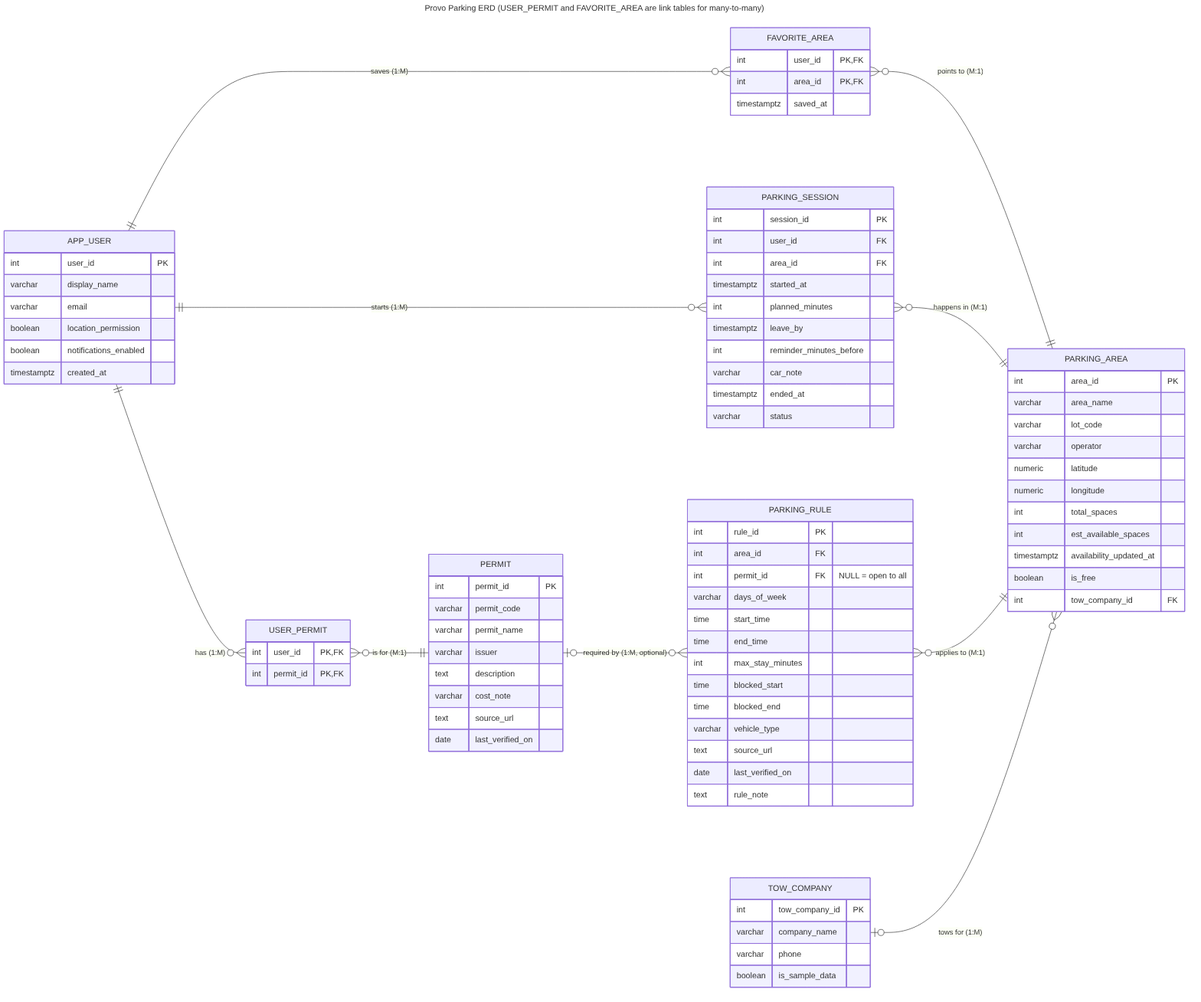
Earlier version of the Mermaid export docs/erd.png (ParkerMorris11/ProvoParking). Its source is kept beside it as docs/erd.mmd.
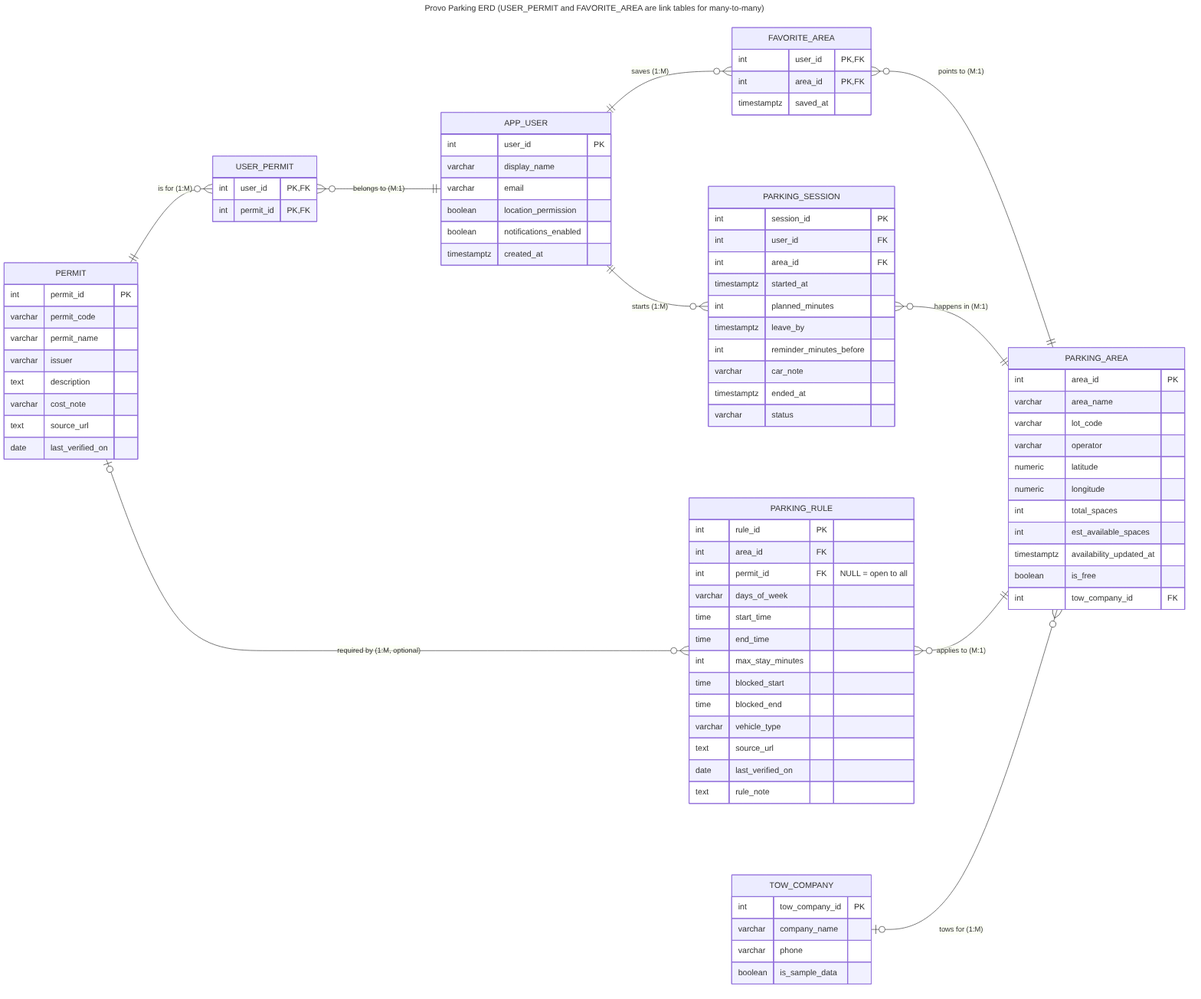
The same diagram one commit later.

Commit message:
Move APP_USER to the middle of the ERD so its lines are short

Claude-Session: https://claude.ai/code/session_01DdEjXydVjiutYzgZs9ir16

The edit, as a diff of the source:
```diff
@@ -3,11 +3,11 @@
 ---
 erDiagram
     direction LR
-    APP_USER ||--o{ USER_PERMIT : "has (1:M)"
-    USER_PERMIT }o--|| PERMIT : "is for (M:1)"
+    PERMIT ||--o{ USER_PERMIT : "is for (1:M)"
+    USER_PERMIT }o--|| APP_USER : "belongs to (M:1)"
     APP_USER ||--o{ FAVORITE_AREA : "saves (1:M)"
+    APP_USER ||--o{ PARKING_SESSION : "starts (1:M)"
     FAVORITE_AREA }o--|| PARKING_AREA : "points to (M:1)"
-    APP_USER ||--o{ PARKING_SESSION : "starts (1:M)"
     PARKING_SESSION }o--|| PARKING_AREA : "happens in (M:1)"
     PERMIT |o--o{ PARKING_RULE : "required by (1:M, optional)"
     PARKING_RULE }o--|| PARKING_AREA : "applies to (M:1)"
```
